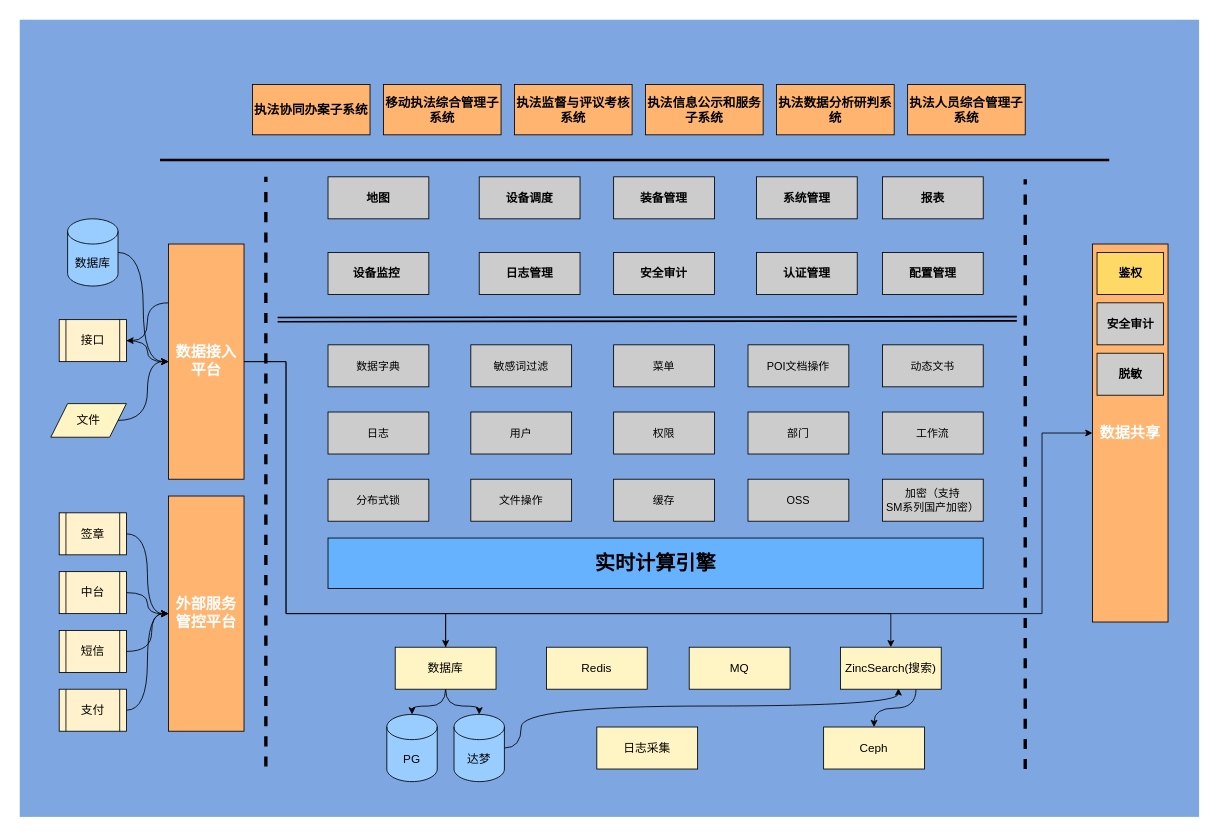
This is page "湖南执法系统架构" (6 of 7) of doc/工程中心年终总结.drawio from jackyliu/design, a draw.io file, before an edit. Source tidied: cells renumbered, new cells numbered last; positions are measured from the earlier drawing's top-left corner, leaving out a move shared by most shapes. Both pictures are drawn from the tidied source at 84%, with x=0, y=0 at pixel (17, 17).
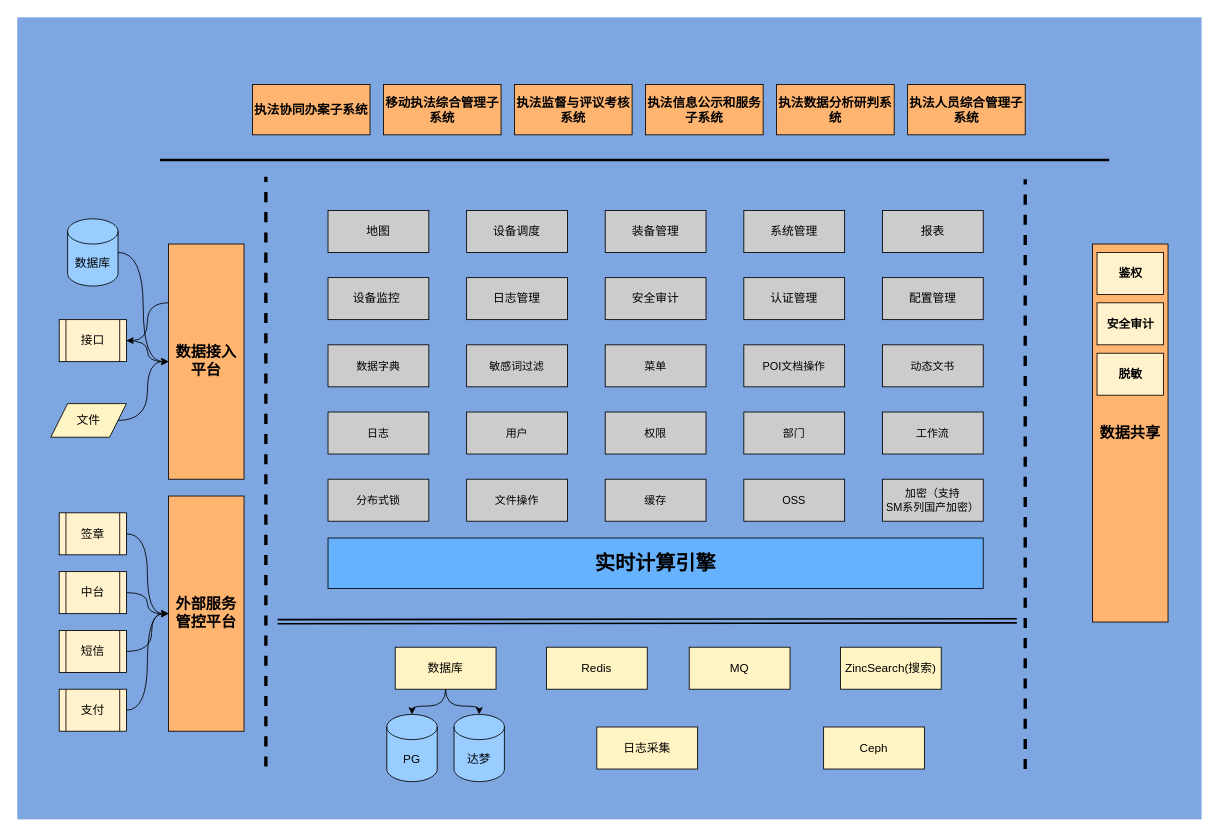
The same diagram, later.

Commit message:
更新工程中心年终总结.drawio

The change refers to these unchanged cells:
```xml
<mxCell id="6" value="数据库" style="rounded=0;whiteSpace=wrap;html=1;fillColor=#FFF4C3;fontSize=14;" parent="1" vertex="1">
  <mxGeometry x="450" y="750" width="120" height="50" as="geometry" />
</mxCell>
<mxCell id="9" value="达梦" style="shape=cylinder3;whiteSpace=wrap;html=1;boundedLbl=1;backgroundOutline=1;size=15;fillColor=#99CCFF;fontSize=14;" parent="1" vertex="1">
  <mxGeometry x="520" y="830" width="60" height="80" as="geometry" />
</mxCell>
<mxCell id="12" value="Ceph" style="rounded=0;whiteSpace=wrap;html=1;fillColor=#FFF4C3;fontSize=14;" parent="1" vertex="1">
  <mxGeometry x="960" y="845" width="120" height="50" as="geometry" />
</mxCell>
<mxCell id="14" value="ZincSearch(搜索)" style="rounded=0;whiteSpace=wrap;html=1;fillColor=#FFF4C3;fontSize=14;" parent="1" vertex="1">
  <mxGeometry x="980" y="750" width="120" height="50" as="geometry" />
</mxCell>
```

What changed in the source:
```diff
@@
-    <mxCell id="2" style="whiteSpace=wrap;html=1;fillColor=#7EA6E0;strokeColor=#ffffff;strokeWidth=6;" parent="1" vertex="1">
+    <mxCell id="2" style="whiteSpace=wrap;html=1;fillColor=#7EA6E0;strokeColor=#ffffff;strokeWidth=0;" parent="1" vertex="1">
       <mxGeometry width="1410" height="955" as="geometry" />
     </mxCell>
-    <mxCell id="3" style="edgeStyle=orthogonalEdgeStyle;rounded=0;jettySize=auto;html=1;exitX=0.5;exitY=0;exitDx=0;exitDy=0;entryX=0;entryY=0.5;entryDx=0;entryDy=0;" parent="1" edge="1" source="6" target="51">
-      <mxGeometry relative="1" as="geometry">
-        <Array as="points">
-          <mxPoint x="510" y="710" />
-          <mxPoint x="1220" y="710" />
-          <mxPoint x="1220" y="495" />
-        </Array>
-      </mxGeometry>
-    </mxCell>
@@
-    <mxCell id="8" style="edgeStyle=orthogonalEdgeStyle;curved=1;rounded=0;jettySize=auto;html=1;entryX=0.575;entryY=0.98;entryDx=0;entryDy=0;entryPerimeter=0;fontSize=14;" parent="1" edge="1" source="9" target="14">
-      <mxGeometry relative="1" as="geometry">
-        <Array as="points">
-          <mxPoint x="600" y="820" />
-          <mxPoint x="1049" y="820" />
-        </Array>
-      </mxGeometry>
-    </mxCell>
@@
-    <mxCell id="13" style="edgeStyle=orthogonalEdgeStyle;curved=1;rounded=0;jettySize=auto;html=1;exitX=0.75;exitY=1;exitDx=0;exitDy=0;fontSize=14;" parent="1" edge="1" source="14" target="12">
-      <mxGeometry relative="1" as="geometry" />
-    </mxCell>
@@
     <mxCell id="17" value="文件操作" style="rounded=0;whiteSpace=wrap;html=1;fillColor=#CCCCCC;fontSize=13;" parent="1" vertex="1">
-      <mxGeometry x="540" y="550" width="120" height="50" as="geometry" />
+      <mxGeometry x="535" y="550" width="120" height="50" as="geometry" />
     </mxCell>
     <mxCell id="18" value="缓存" style="rounded=0;whiteSpace=wrap;html=1;fillColor=#CCCCCC;fontSize=13;" parent="1" vertex="1">
-      <mxGeometry x="710" y="550" width="120" height="50" as="geometry" />
+      <mxGeometry x="700" y="550" width="120" height="50" as="geometry" />
     </mxCell>
     <mxCell id="19" value="OSS" style="rounded=0;whiteSpace=wrap;html=1;fillColor=#CCCCCC;fontSize=13;" parent="1" vertex="1">
-      <mxGeometry x="870" y="550" width="120" height="50" as="geometry" />
+      <mxGeometry x="865" y="550" width="120" height="50" as="geometry" />
     </mxCell>
@@
     <mxCell id="22" value="用户" style="rounded=0;whiteSpace=wrap;html=1;fillColor=#CCCCCC;fontSize=13;" parent="1" vertex="1">
-      <mxGeometry x="540" y="470" width="120" height="50" as="geometry" />
+      <mxGeometry x="535" y="470" width="120" height="50" as="geometry" />
     </mxCell>
     <mxCell id="23" value="权限" style="rounded=0;whiteSpace=wrap;html=1;fillColor=#CCCCCC;fontSize=13;" parent="1" vertex="1">
-      <mxGeometry x="710" y="470" width="120" height="50" as="geometry" />
+      <mxGeometry x="700" y="470" width="120" height="50" as="geometry" />
     </mxCell>
     <mxCell id="24" value="部门" style="rounded=0;whiteSpace=wrap;html=1;fillColor=#CCCCCC;fontSize=13;" parent="1" vertex="1">
-      <mxGeometry x="870" y="470" width="120" height="50" as="geometry" />
+      <mxGeometry x="865" y="470" width="120" height="50" as="geometry" />
     </mxCell>
@@
     <mxCell id="27" value="敏感词过滤" style="rounded=0;whiteSpace=wrap;html=1;fillColor=#CCCCCC;fontSize=13;" parent="1" vertex="1">
-      <mxGeometry x="540" y="390" width="120" height="50" as="geometry" />
+      <mxGeometry x="535" y="390" width="120" height="50" as="geometry" />
     </mxCell>
     <mxCell id="28" value="菜单" style="rounded=0;whiteSpace=wrap;html=1;fillColor=#CCCCCC;fontSize=13;" parent="1" vertex="1">
-      <mxGeometry x="710" y="390" width="120" height="50" as="geometry" />
+      <mxGeometry x="700" y="390" width="120" height="50" as="geometry" />
     </mxCell>
-    <mxCell id="29" value="设备监控&amp;nbsp;" style="rounded=0;whiteSpace=wrap;html=1;fillColor=#CCCCCC;fontFamily=Helvetica;fontSize=14;fontStyle=1;" parent="1" vertex="1">
-      <mxGeometry x="370" y="280" width="120" height="50" as="geometry" />
+    <mxCell id="29" value="设备监控&amp;nbsp;" style="rounded=0;whiteSpace=wrap;html=1;fillColor=#CCCCCC;fontFamily=Helvetica;fontSize=14;fontStyle=0;" parent="1" vertex="1">
+      <mxGeometry x="370" y="310" width="120" height="50" as="geometry" />
     </mxCell>
     <mxCell id="30" value="POI文档操作" style="rounded=0;whiteSpace=wrap;html=1;fillColor=#CCCCCC;fontSize=13;" parent="1" vertex="1">
-      <mxGeometry x="870" y="390" width="120" height="50" as="geometry" />
+      <mxGeometry x="865" y="390" width="120" height="50" as="geometry" />
     </mxCell>
@@
-    <mxCell id="32" value="日志管理" style="rounded=0;whiteSpace=wrap;html=1;fillColor=#CCCCCC;fontFamily=Helvetica;fontSize=14;fontStyle=1;" parent="1" vertex="1">
-      <mxGeometry x="550" y="280" width="120" height="50" as="geometry" />
+    <mxCell id="32" value="日志管理" style="rounded=0;whiteSpace=wrap;html=1;fillColor=#CCCCCC;fontFamily=Helvetica;fontSize=14;fontStyle=0;" parent="1" vertex="1">
+      <mxGeometry x="535" y="310" width="120" height="50" as="geometry" />
     </mxCell>
-    <mxCell id="33" value="安全审计" style="rounded=0;whiteSpace=wrap;html=1;fillColor=#CCCCCC;fontFamily=Helvetica;fontSize=14;fontStyle=1;" parent="1" vertex="1">
-      <mxGeometry x="710" y="280" width="120" height="50" as="geometry" />
+    <mxCell id="33" value="安全审计" style="rounded=0;whiteSpace=wrap;html=1;fillColor=#CCCCCC;fontFamily=Helvetica;fontSize=14;fontStyle=0;" parent="1" vertex="1">
+      <mxGeometry x="700" y="310" width="120" height="50" as="geometry" />
     </mxCell>
@@
-    <mxCell id="36" value="配置管理" style="rounded=0;whiteSpace=wrap;html=1;fillColor=#CCCCCC;fontFamily=Helvetica;fontSize=14;fontStyle=1;" parent="1" vertex="1">
-      <mxGeometry x="1030" y="280" width="120" height="50" as="geometry" />
+    <mxCell id="36" value="配置管理" style="rounded=0;whiteSpace=wrap;html=1;fillColor=#CCCCCC;fontFamily=Helvetica;fontSize=14;fontStyle=0;" parent="1" vertex="1">
+      <mxGeometry x="1030" y="310" width="120" height="50" as="geometry" />
     </mxCell>
-    <mxCell id="37" value="&lt;font style=&quot;font-size: 14px;&quot;&gt;地图&lt;/font&gt;" style="rounded=0;whiteSpace=wrap;html=1;fillColor=#CCCCCC;fontFamily=Helvetica;fontSize=14;fontStyle=1;" parent="1" vertex="1">
-      <mxGeometry x="370" y="190" width="120" height="50" as="geometry" />
+    <mxCell id="37" value="&lt;font style=&quot;font-size: 14px;&quot;&gt;地图&lt;/font&gt;" style="rounded=0;whiteSpace=wrap;html=1;fillColor=#CCCCCC;fontFamily=Helvetica;fontSize=14;fontStyle=0;" parent="1" vertex="1">
+      <mxGeometry x="370" y="230" width="120" height="50" as="geometry" />
     </mxCell>
@@
-    <mxCell id="40" value="设备调度" style="rounded=0;whiteSpace=wrap;html=1;fillColor=#CCCCCC;fontFamily=Helvetica;fontSize=14;fontStyle=1;" parent="1" vertex="1">
-      <mxGeometry x="550" y="190" width="120" height="50" as="geometry" />
+    <mxCell id="40" value="设备调度" style="rounded=0;whiteSpace=wrap;html=1;fillColor=#CCCCCC;fontFamily=Helvetica;fontSize=14;fontStyle=0;" parent="1" vertex="1">
+      <mxGeometry x="535" y="230" width="120" height="50" as="geometry" />
     </mxCell>
-    <mxCell id="41" value="装备管理" style="rounded=0;whiteSpace=wrap;html=1;fillColor=#CCCCCC;fontFamily=Helvetica;fontSize=14;fontStyle=1;" parent="1" vertex="1">
-      <mxGeometry x="710" y="190" width="120" height="50" as="geometry" />
+    <mxCell id="41" value="装备管理" style="rounded=0;whiteSpace=wrap;html=1;fillColor=#CCCCCC;fontFamily=Helvetica;fontSize=14;fontStyle=0;" parent="1" vertex="1">
+      <mxGeometry x="700" y="230" width="120" height="50" as="geometry" />
     </mxCell>
-    <mxCell id="42" value="报表" style="rounded=0;whiteSpace=wrap;html=1;fillColor=#CCCCCC;fontFamily=Helvetica;fontSize=14;fontStyle=1;" parent="1" vertex="1">
-      <mxGeometry x="1030" y="190" width="120" height="50" as="geometry" />
+    <mxCell id="42" value="报表" style="rounded=0;whiteSpace=wrap;html=1;fillColor=#CCCCCC;fontFamily=Helvetica;fontSize=14;fontStyle=0;" parent="1" vertex="1">
+      <mxGeometry x="1030" y="230" width="120" height="50" as="geometry" />
     </mxCell>
-    <mxCell id="43" style="edgeStyle=orthogonalEdgeStyle;rounded=0;jettySize=auto;html=1;entryX=0.5;entryY=0;entryDx=0;entryDy=0;" parent="1" edge="1" source="46" target="6">
-      <mxGeometry relative="1" as="geometry">
-        <Array as="points">
-          <mxPoint x="320" y="410" />
-          <mxPoint x="320" y="710" />
-          <mxPoint x="510" y="710" />
-        </Array>
-      </mxGeometry>
-    </mxCell>
-    <mxCell id="44" style="edgeStyle=orthogonalEdgeStyle;rounded=0;jettySize=auto;html=1;entryX=0.5;entryY=0;entryDx=0;entryDy=0;exitX=1;exitY=0.5;exitDx=0;exitDy=0;" parent="1" edge="1" source="46" target="14">
-      <mxGeometry relative="1" as="geometry">
-        <Array as="points">
-          <mxPoint x="320" y="410" />
-          <mxPoint x="320" y="710" />
-          <mxPoint x="1040" y="710" />
-        </Array>
-      </mxGeometry>
-    </mxCell>
@@
-    <mxCell id="46" value="数据接入平台" style="rounded=0;whiteSpace=wrap;html=1;fillColor=#FFB570;fontStyle=1;fontSize=18;spacingTop=0;spacing=2;spacingBottom=0;fontColor=#FFFFFF;" parent="1" vertex="1">
+    <mxCell id="46" value="数据接入平台" style="rounded=0;whiteSpace=wrap;html=1;fillColor=#FFB570;fontStyle=1;fontSize=18;spacingTop=0;spacing=2;spacingBottom=0;fontColor=#000000;" parent="1" vertex="1">
       <mxGeometry x="180" y="270" width="90" height="280" as="geometry" />
     </mxCell>
@@
-    <mxCell id="51" value="&lt;font style=&quot;font-size: 18px;&quot;&gt;数据共享&lt;/font&gt;" style="rounded=0;whiteSpace=wrap;html=1;fillColor=#FFB570;fontStyle=1;fontSize=16;spacingTop=0;spacing=2;spacingBottom=0;fontColor=#FFFFFF;" parent="1" vertex="1">
+    <mxCell id="51" value="&lt;font style=&quot;font-size: 18px;&quot;&gt;数据共享&lt;/font&gt;" style="rounded=0;whiteSpace=wrap;html=1;fillColor=#FFB570;fontStyle=1;fontSize=16;spacingTop=0;spacing=2;spacingBottom=0;fontColor=#000000;" parent="1" vertex="1">
       <mxGeometry x="1280" y="270" width="90" height="450" as="geometry" />
     </mxCell>
-    <mxCell id="52" value="鉴权" style="rounded=0;whiteSpace=wrap;html=1;fillColor=#FFD966;fontStyle=1;fontSize=14;" parent="1" vertex="1">
+    <mxCell id="52" value="鉴权" style="rounded=0;whiteSpace=wrap;html=1;fillColor=#FFF2CC;fontStyle=1;fontSize=14;" parent="1" vertex="1">
       <mxGeometry x="1285.5" y="280" width="79" height="50" as="geometry" />
     </mxCell>
-    <mxCell id="53" value="安全审计" style="rounded=0;whiteSpace=wrap;html=1;fillColor=#CCCCCC;fontStyle=1;fontSize=14;" parent="1" vertex="1">
+    <mxCell id="53" value="安全审计" style="rounded=0;whiteSpace=wrap;html=1;fillColor=#FFF2CC;fontStyle=1;fontSize=14;" parent="1" vertex="1">
       <mxGeometry x="1285.5" y="340" width="79" height="50" as="geometry" />
     </mxCell>
-    <mxCell id="54" value="脱敏" style="rounded=0;whiteSpace=wrap;html=1;fillColor=#CCCCCC;fontStyle=1;fontSize=14;" parent="1" vertex="1">
+    <mxCell id="54" value="脱敏" style="rounded=0;whiteSpace=wrap;html=1;fillColor=#FFF2CC;fontStyle=1;fontSize=14;" parent="1" vertex="1">
       <mxGeometry x="1285.5" y="400" width="79" height="50" as="geometry" />
     </mxCell>
@@
-    <mxCell id="59" value="外部服务管控平台" style="rounded=0;whiteSpace=wrap;html=1;fillColor=#FFB570;fontStyle=1;fontSize=18;spacingTop=0;spacing=2;spacingBottom=0;fontColor=#FFFFFF;" parent="1" vertex="1">
+    <mxCell id="59" value="外部服务管控平台" style="rounded=0;whiteSpace=wrap;html=1;fillColor=#FFB570;fontStyle=1;fontSize=18;spacingTop=0;spacing=2;spacingBottom=0;fontColor=#000000;" parent="1" vertex="1">
       <mxGeometry x="180" y="570" width="90" height="280" as="geometry" />
     </mxCell>
@@
-    <mxCell id="72" value="认证管理" style="rounded=0;whiteSpace=wrap;html=1;fillColor=#CCCCCC;fontFamily=Helvetica;fontSize=14;fontStyle=1;" parent="1" vertex="1">
-      <mxGeometry x="880" y="280" width="120" height="50" as="geometry" />
+    <mxCell id="72" value="认证管理" style="rounded=0;whiteSpace=wrap;html=1;fillColor=#CCCCCC;fontFamily=Helvetica;fontSize=14;fontStyle=0;" parent="1" vertex="1">
+      <mxGeometry x="865" y="310" width="120" height="50" as="geometry" />
     </mxCell>
-    <mxCell id="73" value="系统管理" style="rounded=0;whiteSpace=wrap;html=1;fillColor=#CCCCCC;fontFamily=Helvetica;fontSize=14;fontStyle=1;" parent="1" vertex="1">
-      <mxGeometry x="880" y="190" width="120" height="50" as="geometry" />
+    <mxCell id="73" value="系统管理" style="rounded=0;whiteSpace=wrap;html=1;fillColor=#CCCCCC;fontFamily=Helvetica;fontSize=14;fontStyle=0;" parent="1" vertex="1">
+      <mxGeometry x="865" y="230" width="120" height="50" as="geometry" />
     </mxCell>
-    <mxCell id="74" style="edgeStyle=none;orthogonalLoop=1;jettySize=auto;html=1;rounded=0;shape=link;strokeWidth=2;" parent="1" edge="1">
-      <mxGeometry relative="1" as="geometry">
-        <mxPoint x="310" y="360" as="sourcePoint" />
-        <mxPoint x="1190" y="359" as="targetPoint" />
-      </mxGeometry>
-    </mxCell>
+    <mxCell id="75" style="edgeStyle=none;orthogonalLoop=1;jettySize=auto;html=1;rounded=0;shape=link;strokeWidth=2;" parent="1" edge="1">
+      <mxGeometry relative="1" as="geometry">
+        <mxPoint x="310" y="719.6" as="sourcePoint" />
+        <mxPoint x="1190" y="718.6" as="targetPoint" />
+      </mxGeometry>
+    </mxCell>
```
